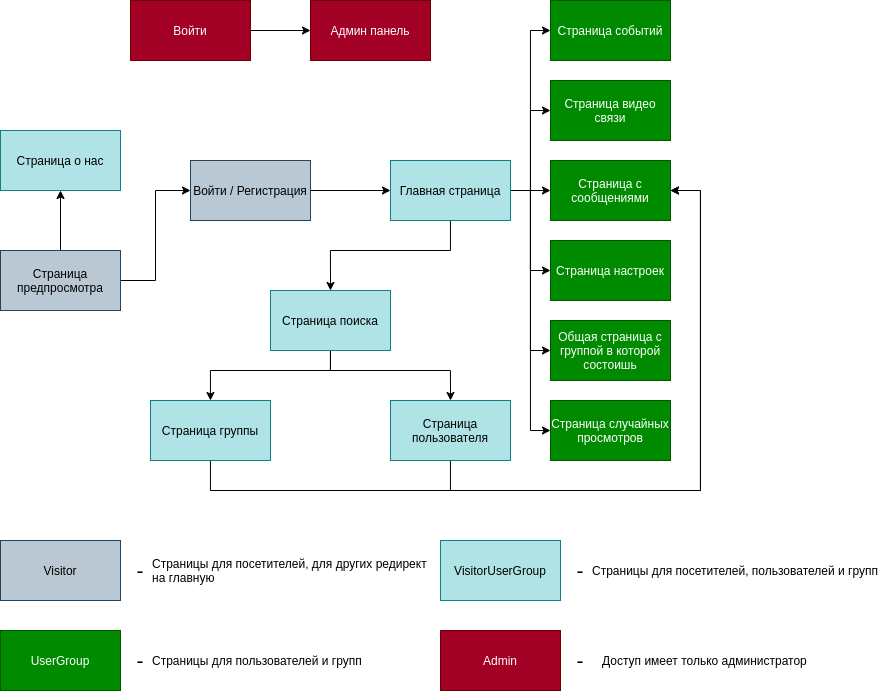
htdhcvm/FriendlyMusic keeps this draw.io diagram as schema/schemaAccessPage.png. Above is the earlier version. Source tidied: cells renumbered, new cells last; positions are measured from the earlier drawing's top-left corner, leaving out a move shared by most shapes.
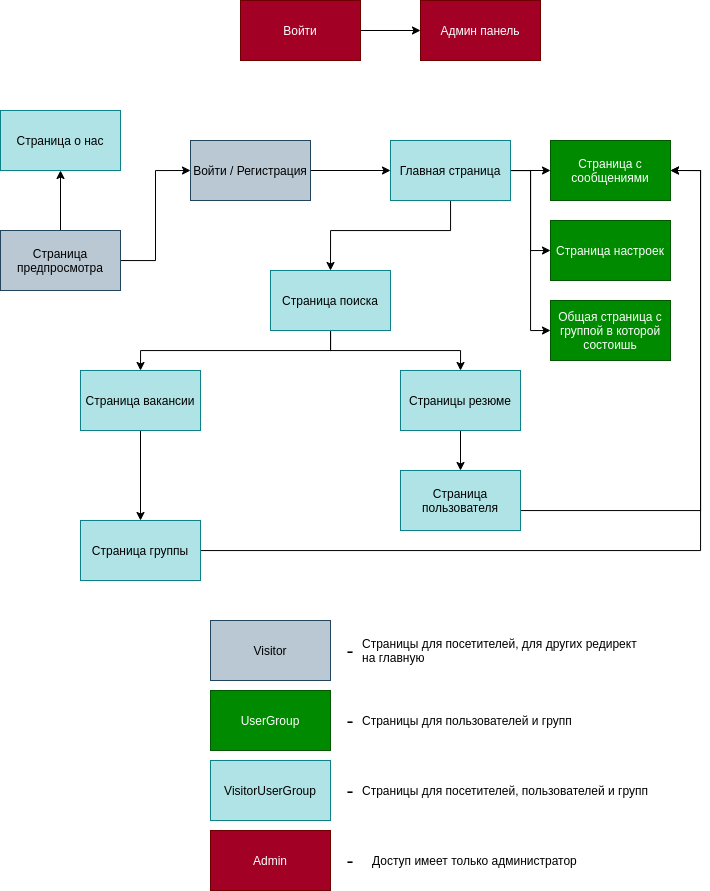
Above is the later version.

Commit message:
access page

The edit, as a diff of the source:
```diff
@@ -9,26 +9,23 @@
       <mxGeometry relative="1" as="geometry" />
     </mxCell>
     <mxCell id="4" value="Страница предпросмотра" style="rounded=0;whiteSpace=wrap;html=1;fillColor=#bac8d3;strokeColor=#23445d;" parent="1" vertex="1">
-      <mxGeometry y="250" width="120" height="60" as="geometry" />
+      <mxGeometry x="90" y="460" width="120" height="60" as="geometry" />
     </mxCell>
     <mxCell id="5" style="edgeStyle=orthogonalEdgeStyle;rounded=0;jettySize=auto;html=1;entryX=0;entryY=0.5;entryDx=0;entryDy=0;" parent="1" edge="1" source="6" target="17">
       <mxGeometry relative="1" as="geometry" />
     </mxCell>
     <mxCell id="6" value="Войти / Регистрация" style="rounded=0;whiteSpace=wrap;html=1;fillColor=#bac8d3;strokeColor=#23445d;" parent="1" vertex="1">
-      <mxGeometry x="190" y="160" width="120" height="60" as="geometry" />
+      <mxGeometry x="280" y="370" width="120" height="60" as="geometry" />
     </mxCell>
     <mxCell id="7" style="edgeStyle=orthogonalEdgeStyle;rounded=0;jettySize=auto;html=1;entryX=0;entryY=0.5;entryDx=0;entryDy=0;" parent="1" edge="1" source="8" target="9">
       <mxGeometry relative="1" as="geometry" />
     </mxCell>
     <mxCell id="8" value="Войти" style="rounded=0;whiteSpace=wrap;html=1;fillColor=#a20025;strokeColor=#6F0000;fontColor=#ffffff;" parent="1" vertex="1">
-      <mxGeometry x="130" width="120" height="60" as="geometry" />
+      <mxGeometry x="330" y="230" width="120" height="60" as="geometry" />
     </mxCell>
     <mxCell id="9" value="Админ панель" style="rounded=0;whiteSpace=wrap;html=1;fillColor=#a20025;strokeColor=#6F0000;fontColor=#ffffff;" parent="1" vertex="1">
-      <mxGeometry x="310" width="120" height="60" as="geometry" />
+      <mxGeometry x="510" y="230" width="120" height="60" as="geometry" />
     </mxCell>
-    <mxCell id="10" style="edgeStyle=orthogonalEdgeStyle;rounded=0;jettySize=auto;html=1;entryX=0;entryY=0.5;entryDx=0;entryDy=0;" parent="1" edge="1" source="17" target="18">
-      <mxGeometry relative="1" as="geometry" />
-    </mxCell>
     <mxCell id="11" style="edgeStyle=orthogonalEdgeStyle;rounded=0;jettySize=auto;html=1;entryX=0;entryY=0.5;entryDx=0;entryDy=0;" parent="1" edge="1" source="17" target="19">
       <mxGeometry relative="1" as="geometry" />
     </mxCell>
@@ -38,95 +35,78 @@
     <mxCell id="13" style="edgeStyle=orthogonalEdgeStyle;rounded=0;jettySize=auto;html=1;entryX=0.5;entryY=0;entryDx=0;entryDy=0;" parent="1" edge="1" source="17" target="23">
       <mxGeometry relative="1" as="geometry">
         <Array as="points">
-          <mxPoint x="450" y="250" />
-          <mxPoint x="330" y="250" />
+          <mxPoint x="540" y="460" />
+          <mxPoint x="420" y="460" />
         </Array>
       </mxGeometry>
     </mxCell>
     <mxCell id="14" style="edgeStyle=orthogonalEdgeStyle;rounded=0;jettySize=auto;html=1;entryX=0;entryY=0.5;entryDx=0;entryDy=0;" parent="1" edge="1" source="17" target="28">
       <mxGeometry relative="1" as="geometry">
         <Array as="points">
-          <mxPoint x="530" y="190" />
-          <mxPoint x="530" y="350" />
+          <mxPoint x="620" y="400" />
+          <mxPoint x="620" y="560" />
         </Array>
       </mxGeometry>
     </mxCell>
-    <mxCell id="15" style="edgeStyle=orthogonalEdgeStyle;rounded=0;jettySize=auto;html=1;entryX=0;entryY=0.5;entryDx=0;entryDy=0;" parent="1" edge="1" source="17" target="29">
-      <mxGeometry relative="1" as="geometry" />
-    </mxCell>
-    <mxCell id="16" style="edgeStyle=orthogonalEdgeStyle;rounded=0;jettySize=auto;html=1;entryX=0;entryY=0.5;entryDx=0;entryDy=0;fontSize=12;" parent="1" edge="1" source="17" target="31">
-      <mxGeometry relative="1" as="geometry" />
-    </mxCell>
     <mxCell id="17" value="Главная страница" style="rounded=0;whiteSpace=wrap;html=1;fillColor=#b0e3e6;strokeColor=#0e8088;" parent="1" vertex="1">
-      <mxGeometry x="390" y="160" width="120" height="60" as="geometry" />
+      <mxGeometry x="480" y="370" width="120" height="60" as="geometry" />
     </mxCell>
-    <mxCell id="18" value="Страница видео связи" style="rounded=0;whiteSpace=wrap;html=1;fillColor=#008a00;strokeColor=#005700;fontColor=#ffffff;" parent="1" vertex="1">
-      <mxGeometry x="550" y="80" width="120" height="60" as="geometry" />
-    </mxCell>
     <mxCell id="19" value="Страница с сообщениями" style="rounded=0;whiteSpace=wrap;html=1;fillColor=#008a00;strokeColor=#005700;fontColor=#ffffff;" parent="1" vertex="1">
-      <mxGeometry x="550" y="160" width="120" height="60" as="geometry" />
+      <mxGeometry x="640" y="370" width="120" height="60" as="geometry" />
     </mxCell>
     <mxCell id="20" value="Страница настроек" style="rounded=0;whiteSpace=wrap;html=1;fillColor=#008a00;strokeColor=#005700;fontColor=#ffffff;" parent="1" vertex="1">
-      <mxGeometry x="550" y="240" width="120" height="60" as="geometry" />
+      <mxGeometry x="640" y="450" width="120" height="60" as="geometry" />
     </mxCell>
-    <mxCell id="21" style="edgeStyle=orthogonalEdgeStyle;rounded=0;jettySize=auto;html=1;entryX=0.5;entryY=0;entryDx=0;entryDy=0;" parent="1" edge="1" source="23" target="25">
-      <mxGeometry relative="1" as="geometry">
-        <Array as="points">
-          <mxPoint x="330" y="370" />
-          <mxPoint x="210" y="370" />
-          <mxPoint x="210" y="400" />
-        </Array>
-      </mxGeometry>
-    </mxCell>
-    <mxCell id="22" style="edgeStyle=orthogonalEdgeStyle;rounded=0;jettySize=auto;html=1;entryX=0.5;entryY=0;entryDx=0;entryDy=0;" parent="1" edge="1" source="23" target="27">
-      <mxGeometry relative="1" as="geometry">
-        <Array as="points">
-          <mxPoint x="330" y="370" />
-          <mxPoint x="450" y="370" />
-        </Array>
-      </mxGeometry>
-    </mxCell>
+    <mxCell id="48" style="edgeStyle=orthogonalEdgeStyle;rounded=0;jettySize=auto;html=1;entryX=0.5;entryY=0;entryDx=0;entryDy=0;" parent="1" edge="1" source="23" target="53">
+      <mxGeometry relative="1" as="geometry">
+        <Array as="points">
+          <mxPoint x="420" y="580" />
+          <mxPoint x="230" y="580" />
+        </Array>
+      </mxGeometry>
+    </mxCell>
+    <mxCell id="49" style="edgeStyle=orthogonalEdgeStyle;rounded=0;jettySize=auto;html=1;entryX=0.5;entryY=0;entryDx=0;entryDy=0;" parent="1" edge="1" source="23" target="51">
+      <mxGeometry relative="1" as="geometry">
+        <Array as="points">
+          <mxPoint x="420" y="580" />
+          <mxPoint x="550" y="580" />
+        </Array>
+      </mxGeometry>
+    </mxCell>
     <mxCell id="23" value="Страница поиска" style="rounded=0;whiteSpace=wrap;html=1;fillColor=#b0e3e6;strokeColor=#0e8088;" parent="1" vertex="1">
-      <mxGeometry x="270" y="290" width="120" height="60" as="geometry" />
+      <mxGeometry x="360" y="500" width="120" height="60" as="geometry" />
     </mxCell>
     <mxCell id="24" style="edgeStyle=orthogonalEdgeStyle;rounded=0;jettySize=auto;html=1;entryX=1;entryY=0.5;entryDx=0;entryDy=0;fontSize=16;" parent="1" edge="1" source="25" target="19">
       <mxGeometry relative="1" as="geometry">
         <Array as="points">
-          <mxPoint x="210" y="490" />
-          <mxPoint x="700" y="490" />
-          <mxPoint x="700" y="190" />
+          <mxPoint x="790" y="780" />
+          <mxPoint x="790" y="400" />
         </Array>
       </mxGeometry>
     </mxCell>
     <mxCell id="25" value="Страница группы" style="rounded=0;whiteSpace=wrap;html=1;fillColor=#b0e3e6;strokeColor=#0e8088;" parent="1" vertex="1">
-      <mxGeometry x="150" y="400" width="120" height="60" as="geometry" />
+      <mxGeometry x="170" y="750" width="120" height="60" as="geometry" />
     </mxCell>
     <mxCell id="26" style="edgeStyle=orthogonalEdgeStyle;rounded=0;jettySize=auto;html=1;entryX=1;entryY=0.5;entryDx=0;entryDy=0;fontSize=16;" parent="1" edge="1" source="27" target="19">
       <mxGeometry relative="1" as="geometry">
         <Array as="points">
-          <mxPoint x="450" y="490" />
-          <mxPoint x="700" y="490" />
-          <mxPoint x="700" y="190" />
+          <mxPoint x="550" y="740" />
+          <mxPoint x="790" y="740" />
+          <mxPoint x="790" y="400" />
         </Array>
       </mxGeometry>
     </mxCell>
     <mxCell id="27" value="Страница пользователя" style="rounded=0;whiteSpace=wrap;html=1;fillColor=#b0e3e6;strokeColor=#0e8088;" parent="1" vertex="1">
-      <mxGeometry x="390" y="400" width="120" height="60" as="geometry" />
+      <mxGeometry x="490" y="700" width="120" height="60" as="geometry" />
     </mxCell>
     <mxCell id="28" value="Общая страница с группой в которой состоишь" style="rounded=0;whiteSpace=wrap;html=1;fillColor=#008a00;strokeColor=#005700;fontColor=#ffffff;" parent="1" vertex="1">
-      <mxGeometry x="550" y="320" width="120" height="60" as="geometry" />
+      <mxGeometry x="640" y="530" width="120" height="60" as="geometry" />
     </mxCell>
-    <mxCell id="29" value="Страница случайных просмотров" style="rounded=0;whiteSpace=wrap;html=1;fillColor=#008a00;strokeColor=#005700;fontColor=#ffffff;" parent="1" vertex="1">
-      <mxGeometry x="550" y="400" width="120" height="60" as="geometry" />
-    </mxCell>
     <mxCell id="30" value="Страница о нас" style="rounded=0;whiteSpace=wrap;html=1;fontSize=12;align=center;fillColor=#b0e3e6;strokeColor=#0e8088;" parent="1" vertex="1">
-      <mxGeometry y="130" width="120" height="60" as="geometry" />
+      <mxGeometry x="90" y="340" width="120" height="60" as="geometry" />
     </mxCell>
-    <mxCell id="31" value="Страница событий" style="rounded=0;whiteSpace=wrap;html=1;fontSize=12;align=center;fillColor=#008a00;strokeColor=#005700;fontColor=#ffffff;" parent="1" vertex="1">
-      <mxGeometry x="550" width="120" height="60" as="geometry" />
-    </mxCell>
     <mxCell id="32" style="group;" parent="1" vertex="1">
-      <mxGeometry x="440" y="540" width="440" height="60" as="geometry" />
+      <mxGeometry x="300" y="990" width="440" height="60" as="geometry" />
     </mxCell>
     <mxCell id="33" value="VisitorUserGroup" style="rounded=0;whiteSpace=wrap;html=1;fillColor=#b0e3e6;strokeColor=#0e8088;" parent="32" vertex="1">
       <mxGeometry width="120" height="60" as="geometry" />
@@ -138,7 +118,7 @@
       <mxGeometry x="120" y="20" width="40" height="20" as="geometry" />
     </mxCell>
     <mxCell id="36" style="group;" parent="1" vertex="1">
-      <mxGeometry y="540" width="430" height="60" as="geometry" />
+      <mxGeometry x="300" y="850" width="430" height="60" as="geometry" />
     </mxCell>
     <mxCell id="37" value="Visitor" style="rounded=0;whiteSpace=wrap;html=1;fillColor=#bac8d3;strokeColor=#23445d;" parent="36" vertex="1">
       <mxGeometry width="120" height="60" as="geometry" />
@@ -150,7 +130,7 @@
       <mxGeometry x="120" y="20" width="40" height="20" as="geometry" />
     </mxCell>
     <mxCell id="40" style="group;" parent="1" vertex="1">
-      <mxGeometry x="440" y="630" width="390" height="60" as="geometry" />
+      <mxGeometry x="300" y="1060" width="390" height="60" as="geometry" />
     </mxCell>
     <mxCell id="41" value="Admin" style="rounded=0;whiteSpace=wrap;html=1;fillColor=#a20025;strokeColor=#6F0000;fontColor=#ffffff;" parent="40" vertex="1">
       <mxGeometry width="120" height="60" as="geometry" />
@@ -162,7 +142,7 @@
       <mxGeometry x="120" y="20" width="40" height="20" as="geometry" />
     </mxCell>
     <mxCell id="44" style="group;" parent="1" vertex="1">
-      <mxGeometry y="630" width="440" height="60" as="geometry" />
+      <mxGeometry x="300" y="920" width="440" height="60" as="geometry" />
     </mxCell>
     <mxCell id="45" value="UserGroup" style="rounded=0;whiteSpace=wrap;html=1;fillColor=#008a00;strokeColor=#005700;fontColor=#ffffff;" parent="44" vertex="1">
       <mxGeometry width="120" height="60" as="geometry" />
@@ -173,5 +153,17 @@
     <mxCell id="47" value="&lt;font style=&quot;font-size: 21px&quot;&gt;-&lt;/font&gt;" style="text;html=1;strokeColor=none;fillColor=none;align=center;verticalAlign=middle;whiteSpace=wrap;rounded=0;fontSize=16;" parent="44" vertex="1">
       <mxGeometry x="120" y="20" width="40" height="20" as="geometry" />
     </mxCell>
+    <mxCell id="50" style="edgeStyle=orthogonalEdgeStyle;rounded=0;jettySize=auto;html=1;entryX=0.5;entryY=0;entryDx=0;entryDy=0;" parent="1" edge="1" source="51" target="27">
+      <mxGeometry relative="1" as="geometry" />
+    </mxCell>
+    <mxCell id="51" value="Страницы резюме" style="rounded=0;whiteSpace=wrap;html=1;fillColor=#b0e3e6;strokeColor=#0e8088;" parent="1" vertex="1">
+      <mxGeometry x="490" y="600" width="120" height="60" as="geometry" />
+    </mxCell>
+    <mxCell id="52" style="edgeStyle=orthogonalEdgeStyle;rounded=0;jettySize=auto;html=1;entryX=0.5;entryY=0;entryDx=0;entryDy=0;" parent="1" edge="1" source="53" target="25">
+      <mxGeometry relative="1" as="geometry" />
+    </mxCell>
+    <mxCell id="53" value="Страница вакансии" style="rounded=0;whiteSpace=wrap;html=1;fillColor=#b0e3e6;strokeColor=#0e8088;" parent="1" vertex="1">
+      <mxGeometry x="170" y="600" width="120" height="60" as="geometry" />
+    </mxCell>
   </root>
 </mxGraphModel>
```
